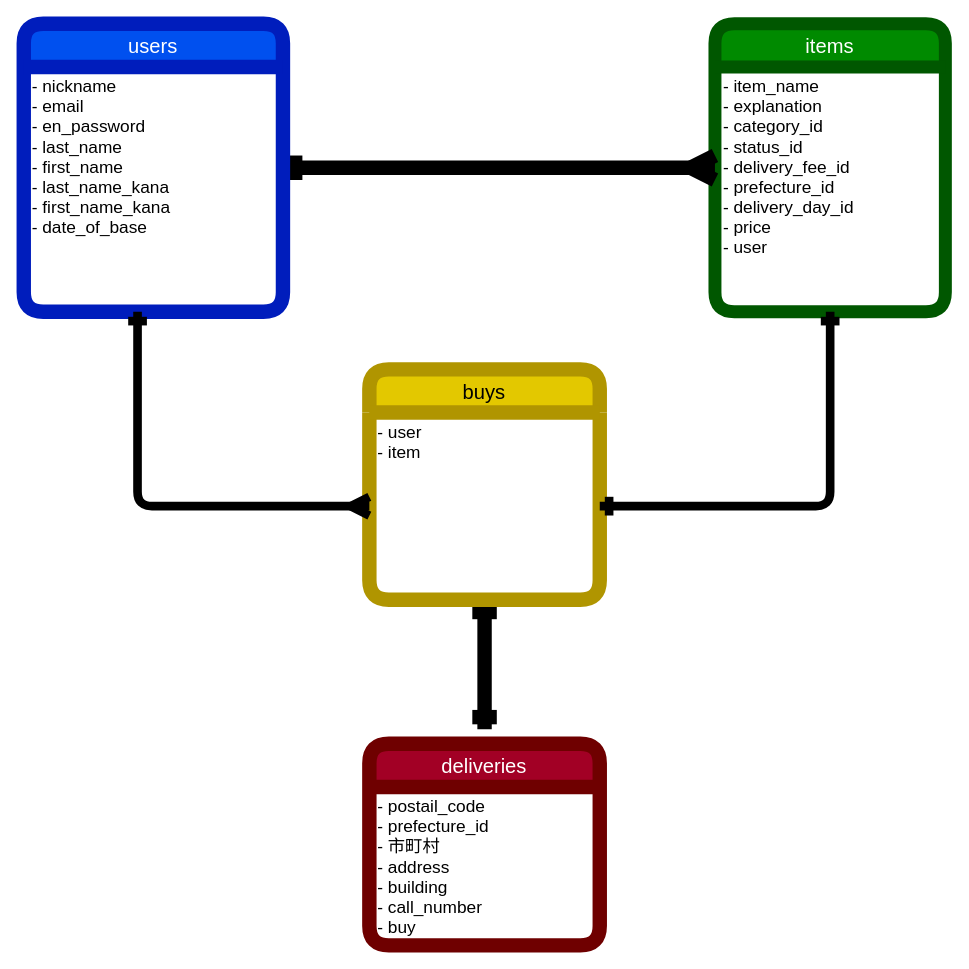
mozu888/furima-37230 keeps this draw.io diagram as table.dio. Above is the earlier version. Source tidied: cells renumbered, new cells numbered last; positions are measured from the earlier drawing's top-left corner, leaving out a move shared by most shapes. Both pictures are drawn from the tidied source at 144%, with x=0, y=0 at pixel (23, 23).
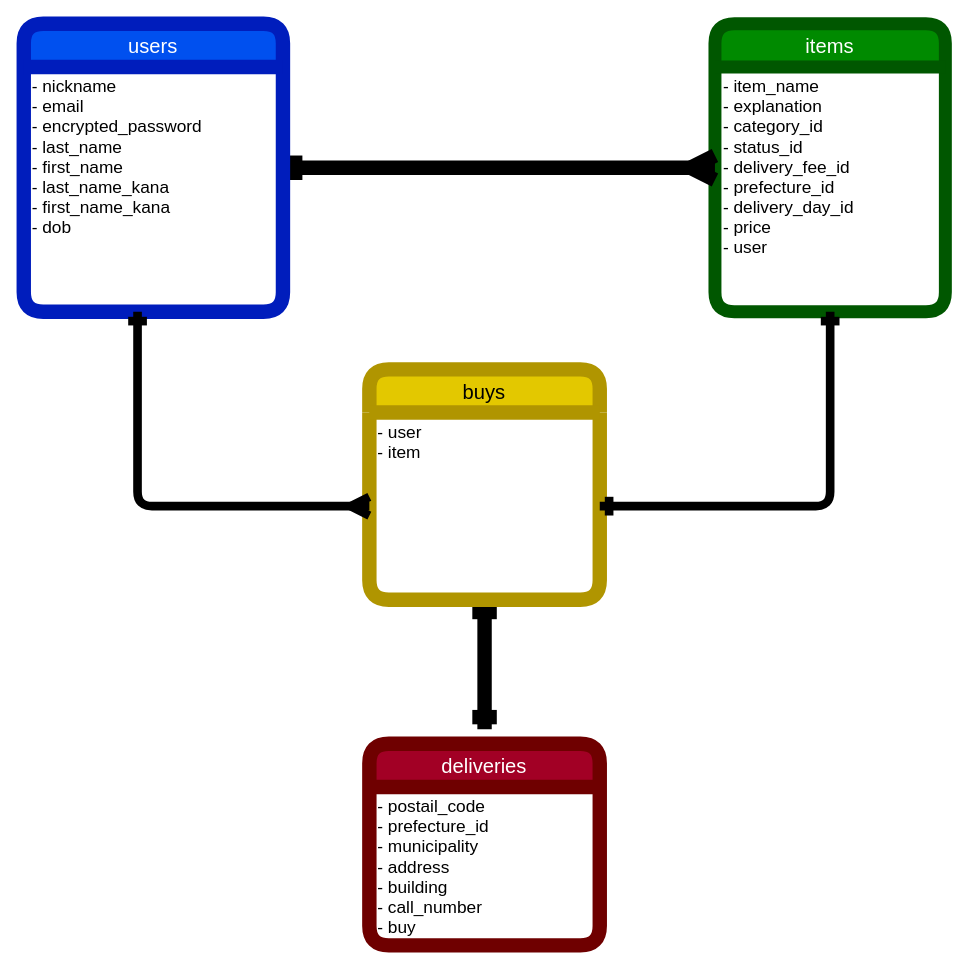
The same page after the edit.

Diff of the diagram source:
```diff
@@
 <mxGraphModel>
   <root>
     <mxCell id="0" />
     <mxCell id="1" parent="0" />
     <mxCell id="2" value="items" style="swimlane;horizontal=1;startSize=30;rounded=1;fontSize=14;fontStyle=0;strokeWidth=9;shadow=0;dashed=0;align=center;fillColor=#008a00;strokeColor=#005700;fontColor=#ffffff;" parent="1" vertex="1">
       <mxGeometry x="480" width="160" height="200" as="geometry" />
     </mxCell>
     <mxCell id="3" value="- item_name&#10;- explanation&#10;- category_id&#10;- status_id&#10;- delivery_fee_id&#10;- prefecture_id&#10;- delivery_day_id&#10;- price&#10;- user" style="align=left;strokeColor=none;fillColor=none;spacingLeft=4;fontSize=12;verticalAlign=top;" parent="2" vertex="1">
       <mxGeometry y="30" width="160" height="170" as="geometry" />
     </mxCell>
     <mxCell id="4" style="edgeStyle=none;html=1;entryX=0;entryY=0.393;entryDx=0;entryDy=0;entryPerimeter=0;strokeWidth=4;strokeColor=none;startArrow=ERmandOne;startFill=0;" parent="1" edge="1" source="6" target="3">
       <mxGeometry relative="1" as="geometry" />
     </mxCell>
     <mxCell id="5" style="edgeStyle=orthogonalEdgeStyle;rounded=0;jumpSize=6;html=1;startArrow=ERone;startFill=0;endArrow=ERmany;endFill=0;endSize=6;targetPerimeterSpacing=0;strokeWidth=10;" parent="1" edge="1" source="6">
       <mxGeometry relative="1" as="geometry">
         <mxPoint x="480" y="100" as="targetPoint" />
         <Array as="points">
           <mxPoint x="480" y="100" />
         </Array>
       </mxGeometry>
     </mxCell>
     <mxCell id="6" value="users" style="swimlane;horizontal=1;startSize=30;rounded=1;fontSize=14;fontStyle=0;strokeWidth=10;shadow=0;dashed=0;align=center;fillColor=#0050ef;strokeColor=#001DBC;fontColor=#ffffff;" parent="1" vertex="1">
       <mxGeometry width="180" height="200" as="geometry" />
     </mxCell>
-    <mxCell id="7" value="- nickname&#10;- email&#10;- en_password&#10;- last_name&#10;- first_name&#10;- last_name_kana&#10;- first_name_kana&#10;- date_of_base" style="align=left;strokeColor=none;fillColor=none;spacingLeft=4;fontSize=12;verticalAlign=top;" parent="6" vertex="1">
+    <mxCell id="7" value="- nickname&#10;- email&#10;- encrypted_password&#10;- last_name&#10;- first_name&#10;- last_name_kana&#10;- first_name_kana&#10;- dob" style="align=left;strokeColor=none;fillColor=none;spacingLeft=4;fontSize=12;verticalAlign=top;" parent="6" vertex="1">
       <mxGeometry y="30" width="180" height="170" as="geometry" />
     </mxCell>
     <mxCell id="8" style="edgeStyle=orthogonalEdgeStyle;rounded=0;jumpSize=6;html=1;startArrow=ERone;startFill=0;endArrow=ERone;endFill=0;endSize=6;targetPerimeterSpacing=0;strokeWidth=10;" parent="1" edge="1" source="9">
       <mxGeometry relative="1" as="geometry">
         <mxPoint x="320" y="490" as="targetPoint" />
       </mxGeometry>
     </mxCell>
     <mxCell id="9" value="buys" style="swimlane;horizontal=1;startSize=30;rounded=1;fontSize=14;fontStyle=0;strokeWidth=10;shadow=0;dashed=0;align=center;fillColor=#e3c800;strokeColor=#B09500;fontColor=#000000;" parent="1" vertex="1">
       <mxGeometry x="240" y="240" width="160" height="160" as="geometry" />
     </mxCell>
     <mxCell id="10" value="- user&#10;- item" style="align=left;strokeColor=none;fillColor=none;spacingLeft=4;fontSize=12;verticalAlign=top;" parent="9" vertex="1">
       <mxGeometry y="30" width="160" height="130" as="geometry" />
     </mxCell>
     <mxCell id="11" style="edgeStyle=orthogonalEdgeStyle;rounded=1;jumpSize=6;html=1;exitX=0.439;exitY=1;exitDx=0;exitDy=0;startArrow=ERone;startFill=0;endArrow=ERmany;endFill=0;endSize=6;targetPerimeterSpacing=0;strokeWidth=6;entryX=0;entryY=0.5;entryDx=0;entryDy=0;exitPerimeter=0;" parent="1" edge="1" source="7" target="10">
       <mxGeometry relative="1" as="geometry" />
     </mxCell>
     <mxCell id="12" style="edgeStyle=orthogonalEdgeStyle;rounded=1;jumpSize=6;html=1;exitX=0.5;exitY=1;exitDx=0;exitDy=0;startArrow=ERone;startFill=0;endArrow=ERone;endFill=0;endSize=6;targetPerimeterSpacing=0;strokeWidth=6;entryX=1;entryY=0.5;entryDx=0;entryDy=0;" parent="1" edge="1" source="3" target="10">
       <mxGeometry relative="1" as="geometry">
         <Array as="points">
           <mxPoint x="560" y="335" />
         </Array>
       </mxGeometry>
     </mxCell>
     <mxCell id="13" value="deliveries" style="swimlane;horizontal=1;startSize=30;rounded=1;fontSize=14;fontStyle=0;strokeWidth=10;shadow=0;dashed=0;align=center;fillColor=#a20025;strokeColor=#6F0000;fontColor=#ffffff;" parent="1" vertex="1">
       <mxGeometry x="240" y="500" width="160" height="140" as="geometry" />
     </mxCell>
-    <mxCell id="14" value="- postail_code&#10;- prefecture_id&#10;- 市町村&#10;- address&#10;- building&#10;- call_number&#10;- buy" style="align=left;strokeColor=none;fillColor=none;spacingLeft=4;fontSize=12;verticalAlign=top;" parent="13" vertex="1">
+    <mxCell id="14" value="- postail_code&#10;- prefecture_id&#10;- municipality&#10;- address&#10;- building&#10;- call_number&#10;- buy" style="align=left;strokeColor=none;fillColor=none;spacingLeft=4;fontSize=12;verticalAlign=top;" parent="13" vertex="1">
       <mxGeometry y="30" width="160" height="110" as="geometry" />
     </mxCell>
   </root>
 </mxGraphModel>
```
